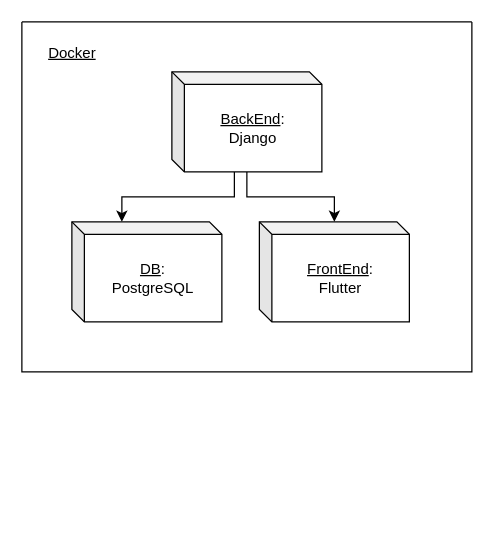
The draw.io diagram page "Deployment" (5 of 22) of Диаграммы/ДиграммыТЗ.drawio in bosonhiiggs/Music-Trainee, before the edit. Source tidied: cells renumbered, new cells numbered last; positions are measured from the earlier drawing's top-left corner, leaving out a move shared by most shapes. Both pictures are drawn from the tidied source at 125%, with x=0, y=0 at pixel (21, 21).
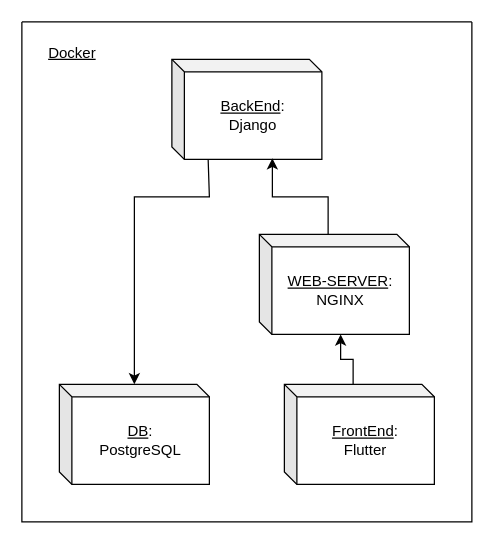
The same diagram, later.

Change to the diagram source:
```diff
@@
 <mxGraphModel>
   <root>
     <mxCell id="0" />
     <mxCell id="1" parent="0" />
-    <mxCell id="2" style="edgeStyle=orthogonalEdgeStyle;rounded=0;jettySize=auto;html=1;" parent="1" edge="1" source="4" target="8">
-      <mxGeometry relative="1" as="geometry" />
-    </mxCell>
-    <mxCell id="3" style="edgeStyle=orthogonalEdgeStyle;rounded=0;orthogonalLoop=1;jettySize=auto;html=1;" parent="1" edge="1">
-      <mxGeometry relative="1" as="geometry">
-        <mxPoint x="170" y="120" as="sourcePoint" />
-        <mxPoint x="80" y="160" as="targetPoint" />
-        <Array as="points">
-          <mxPoint x="170" y="140" />
-          <mxPoint x="80" y="140" />
-        </Array>
-      </mxGeometry>
-    </mxCell>
-    <mxCell id="4" value="&lt;u&gt;BackEnd&lt;/u&gt;:&lt;div&gt;Django&lt;/div&gt;" style="shape=cube;whiteSpace=wrap;html=1;boundedLbl=1;backgroundOutline=1;darkOpacity=0.05;darkOpacity2=0.1;size=10;rotation=0;shadow=0;" parent="1" vertex="1">
-      <mxGeometry x="120" y="40" width="120" height="80" as="geometry" />
-    </mxCell>
-    <mxCell id="5" value="&lt;u&gt;DB&lt;/u&gt;:&lt;div&gt;PostgreSQL&lt;/div&gt;" style="shape=cube;whiteSpace=wrap;html=1;boundedLbl=1;backgroundOutline=1;darkOpacity=0.05;darkOpacity2=0.1;size=10;rotation=0;shadow=0;" parent="1" vertex="1">
-      <mxGeometry x="40" y="160" width="120" height="80" as="geometry" />
-    </mxCell>
     <mxCell id="6" style="swimlane;startSize=0;" parent="1" vertex="1">
-      <mxGeometry width="360" height="280" as="geometry" />
+      <mxGeometry width="360" height="400" as="geometry" />
     </mxCell>
     <mxCell id="7" value="&lt;u&gt;Docker&lt;/u&gt;" style="text;html=1;align=center;verticalAlign=middle;strokeColor=none;fillColor=none;" parent="6" vertex="1">
       <mxGeometry x="10" y="10" width="60" height="30" as="geometry" />
     </mxCell>
     <mxCell id="8" value="&lt;u&gt;FrontEnd&lt;/u&gt;:&lt;div&gt;Flutter&lt;/div&gt;" style="shape=cube;whiteSpace=wrap;html=1;boundedLbl=1;backgroundOutline=1;darkOpacity=0.05;darkOpacity2=0.1;size=10;rotation=0;shadow=0;" parent="6" vertex="1">
-      <mxGeometry x="190" y="160" width="120" height="80" as="geometry" />
+      <mxGeometry x="210" y="290" width="120" height="80" as="geometry" />
     </mxCell>
+    <mxCell id="4" value="&lt;u&gt;BackEnd&lt;/u&gt;:&lt;div&gt;Django&lt;/div&gt;" style="shape=cube;whiteSpace=wrap;html=1;boundedLbl=1;backgroundOutline=1;darkOpacity=0.05;darkOpacity2=0.1;size=10;rotation=0;shadow=0;" parent="6" vertex="1">
+      <mxGeometry x="120" y="30" width="120" height="80" as="geometry" />
+    </mxCell>
+    <mxCell id="5" value="&lt;u&gt;DB&lt;/u&gt;:&lt;div&gt;PostgreSQL&lt;/div&gt;" style="shape=cube;whiteSpace=wrap;html=1;boundedLbl=1;backgroundOutline=1;darkOpacity=0.05;darkOpacity2=0.1;size=10;rotation=0;shadow=0;" parent="6" vertex="1">
+      <mxGeometry x="30" y="290" width="120" height="80" as="geometry" />
+    </mxCell>
+    <mxCell id="3" style="edgeStyle=orthogonalEdgeStyle;rounded=0;jettySize=auto;html=1;exitX=0.242;exitY=1.005;exitDx=0;exitDy=0;exitPerimeter=0;" parent="6" edge="1" source="4">
+      <mxGeometry relative="1" as="geometry">
+        <mxPoint x="90" y="290" as="targetPoint" />
+        <Array as="points">
+          <mxPoint x="150" y="110" />
+          <mxPoint x="150" y="140" />
+          <mxPoint x="90" y="140" />
+          <mxPoint x="90" y="290" />
+        </Array>
+      </mxGeometry>
+    </mxCell>
+    <mxCell id="9" value="&lt;u&gt;WEB-SERVER&lt;/u&gt;:&lt;div&gt;NGINX&lt;/div&gt;" style="shape=cube;whiteSpace=wrap;html=1;boundedLbl=1;backgroundOutline=1;darkOpacity=0.05;darkOpacity2=0.1;size=10;rotation=0;shadow=0;" parent="6" vertex="1">
+      <mxGeometry x="190" y="170" width="120" height="80" as="geometry" />
+    </mxCell>
+    <mxCell id="10" style="edgeStyle=orthogonalEdgeStyle;rounded=0;jettySize=auto;html=1;exitX=0;exitY=0;exitDx=55;exitDy=0;exitPerimeter=0;entryX=0;entryY=0;entryDx=65;entryDy=80;entryPerimeter=0;" parent="6" edge="1" source="8" target="9">
+      <mxGeometry relative="1" as="geometry" />
+    </mxCell>
+    <mxCell id="11" style="edgeStyle=orthogonalEdgeStyle;rounded=0;jettySize=auto;html=1;exitX=0;exitY=0;exitDx=55;exitDy=0;exitPerimeter=0;entryX=0.67;entryY=0.989;entryDx=0;entryDy=0;entryPerimeter=0;" parent="6" edge="1" source="9" target="4">
+      <mxGeometry relative="1" as="geometry" />
+    </mxCell>
   </root>
 </mxGraphModel>
```
